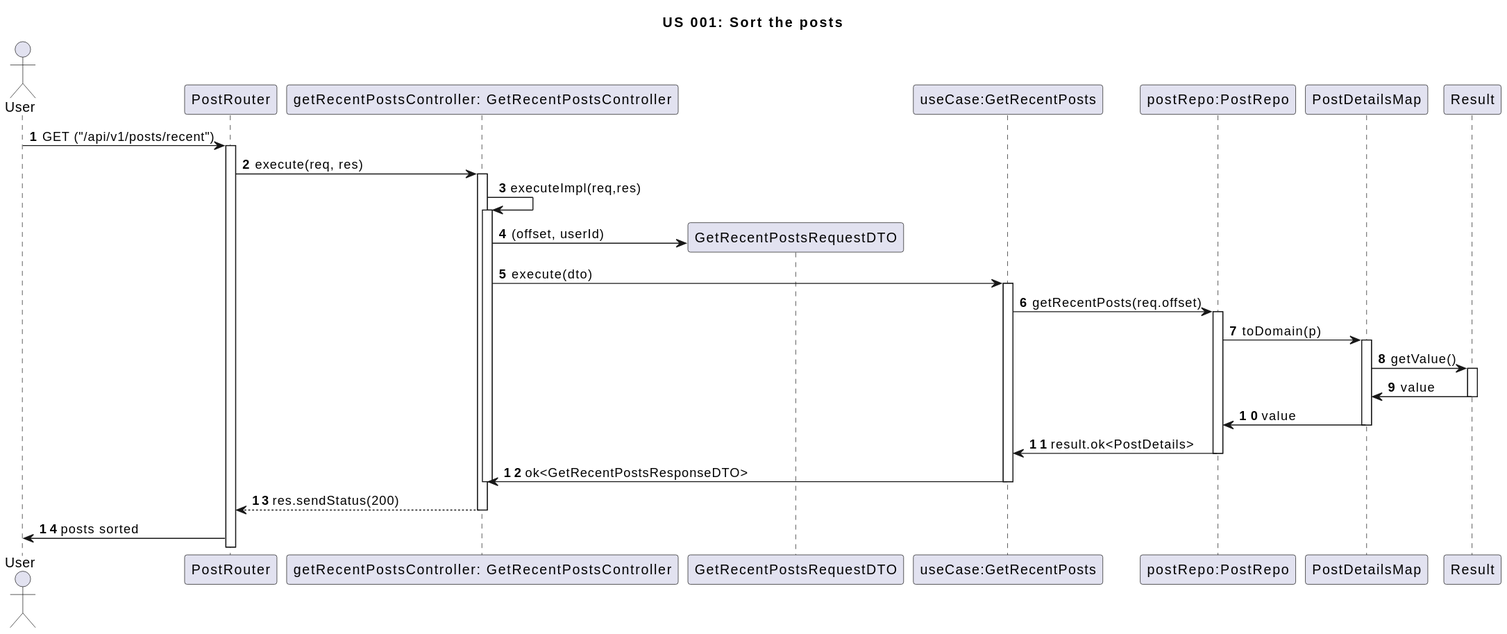
Before: docs/sprintA/us001/03.sequence-diagram/svg/us001-sequence-diagram.svg, a diagram exported from PlantUML (ELAINNE1409/ElainneQA).
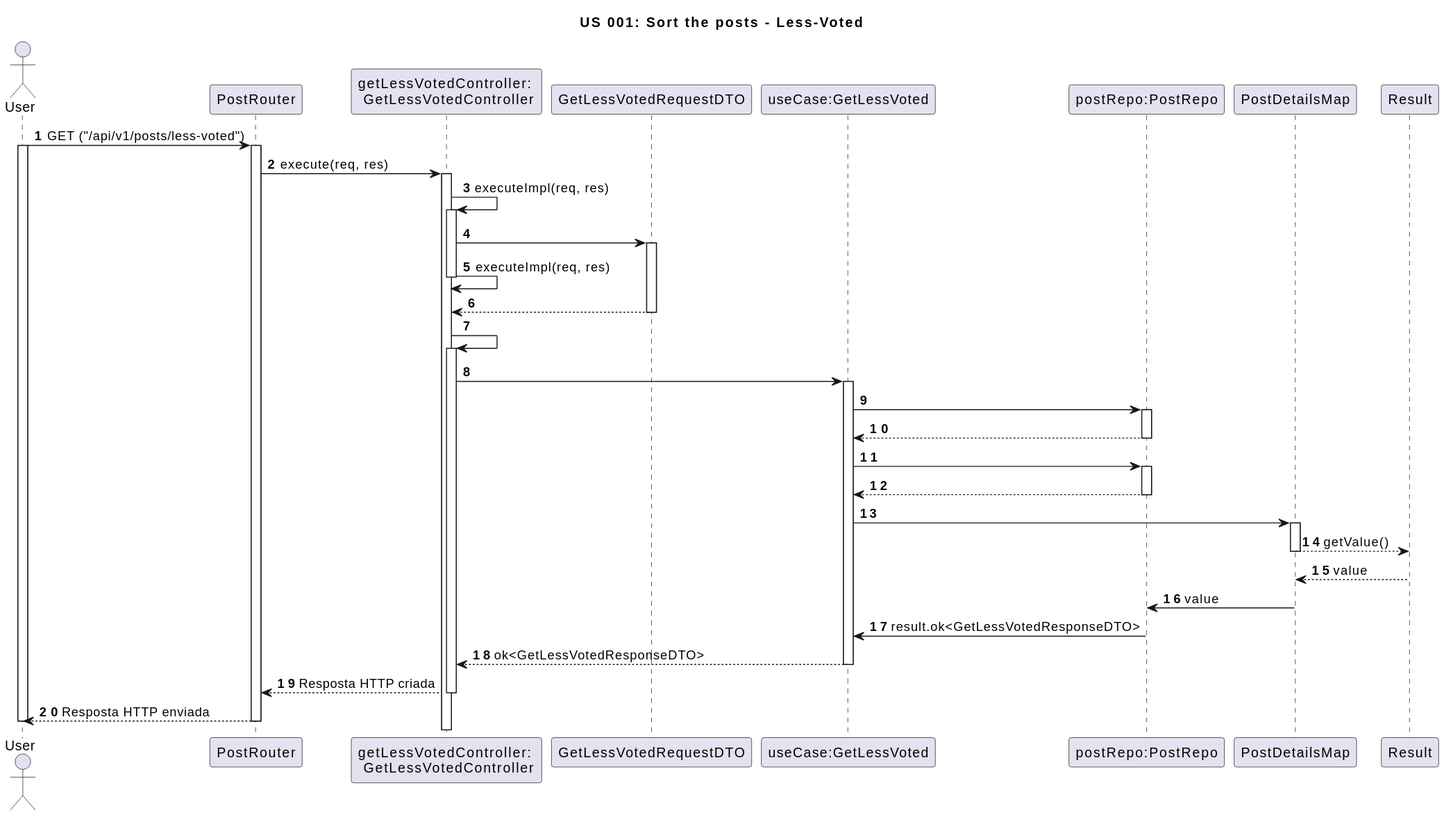
The same file after the commit.

Commit message:
US001 Sorte the posts/Less Voted, criação do SD Less Voted em puml e svg, acrescentado mais testes steps, documentos codificados em Tsdoc

Diff of the diagram source:
```diff
@@ -1,56 +1,76 @@
 @startuml
-title US 001: Sort the posts
+title US 001: Sort the posts - Less-Voted
 
 autonumber
 
-actor User
+actor "User" as User
 participant PostRouter
-participant "getRecentPostsController: GetRecentPostsController" as GetRecentPostsController
-participant GetRecentPostsRequestDTO
-participant "useCase:GetRecentPosts" as GetRecentPosts
+participant "getLessVotedController: \n GetLessVotedController" as GetLessVotedController
+participant GetLessVotedRequestDTO
+participant "useCase:GetLessVoted" as GetLessVoted
 participant "postRepo:PostRepo" as PostRepo
 participant PostDetailsMap
 participant Result
 
-User-> PostRouter: GET ("/api/v1/posts/recent")
+User -> PostRouter: GET ("/api/v1/posts/less-voted")
+activate User
 activate PostRouter
 
-PostRouter -> GetRecentPostsController: execute(req, res)
+PostRouter -> GetLessVotedController: execute(req, res)
+activate GetLessVotedController
 
-activate GetRecentPostsController
-GetRecentPostsController -> GetRecentPostsController: executeImpl(req,res)
-activate GetRecentPostsController
-GetRecentPostsController -> GetRecentPostsRequestDTO ** : (offset, userId)
-GetRecentPostsController -> GetRecentPosts : execute(dto)
+GetLessVotedController -> GetLessVotedController: executeImpl(req, res)
+activate GetLessVotedController
 
-activate GetRecentPosts
-GetRecentPosts -> PostRepo : getRecentPosts(req.offset)
+GetLessVotedController -> GetLessVotedRequestDTO
+activate GetLessVotedRequestDTO
 
+GetLessVotedController -> GetLessVotedController: executeImpl(req, res)
+deactivate GetLessVotedController
+
+GetLessVotedRequestDTO --> GetLessVotedController
+deactivate GetLessVotedRequestDTO
+
+GetLessVotedController -> GetLessVotedController
+activate GetLessVotedController
+
+GetLessVotedController -> GetLessVoted
+activate GetLessVoted
+
+GetLessVoted -> PostRepo
 activate PostRepo
-PostRepo -> PostDetailsMap : toDomain(p)
 
+PostRepo --> GetLessVoted
+deactivate PostRepo
+
+GetLessVoted -> PostRepo
+activate PostRepo
+
+PostRepo --> GetLessVoted
+deactivate PostRepo
+
+GetLessVoted -> PostDetailsMap
 activate PostDetailsMap
 
+PostDetailsMap --> Result: getValue()
+deactivate PostDetailsMap
 
-
-
-PostDetailsMap -> Result : getValue()
-
-activate Result
-Result -> PostDetailsMap : value
+Result --> PostDetailsMap: value
 deactivate Result
 
-PostDetailsMap -> PostRepo : value
+PostDetailsMap -> PostRepo: value
 deactivate PostDetailsMap
 
-PostRepo -> GetRecentPosts : result.ok<PostDetails>
+PostRepo -> GetLessVoted: result.ok<GetLessVotedResponseDTO>
 deactivate PostRepo
 
-GetRecentPosts -> GetRecentPostsController :ok<GetRecentPostsResponseDTO>
-deactivate GetRecentPosts
-deactivate GetRecentPostsController
-GetRecentPostsController --> PostRouter: res.sendStatus(200)
-deactivate GetRecentPostsController
+GetLessVoted --> GetLessVotedController: ok<GetLessVotedResponseDTO>
+deactivate GetLessVoted
 
-PostRouter -> User : posts sorted
+GetLessVotedController --> PostRouter: Resposta HTTP criada
+deactivate GetLessVotedController
+
+PostRouter --> User: Resposta HTTP enviada
+deactivate PostRouter
+deactivate User
 @enduml
```
